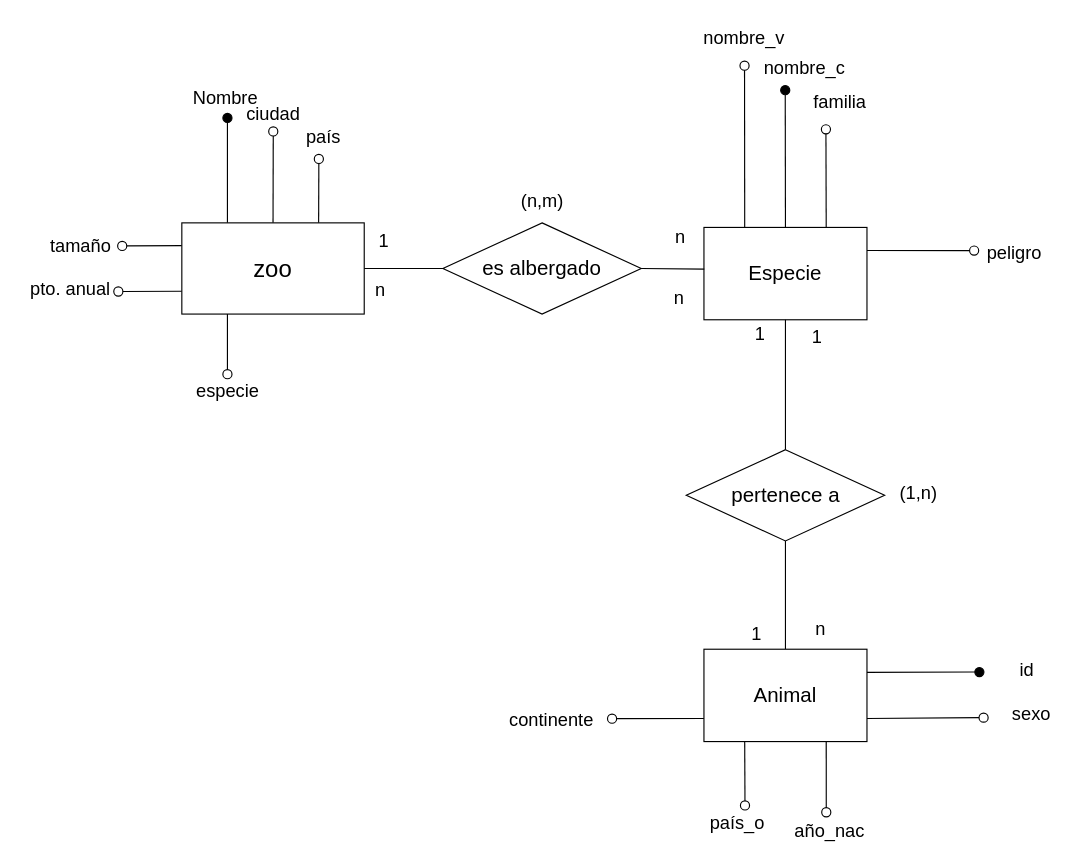
Before: ejercicio2-zoo.drawio in bibifupi/Abril23, a draw.io diagram. Source tidied: cells renumbered, new cells numbered last; positions are measured from the earlier drawing's top-left corner, leaving out a move shared by most shapes. Both pictures are drawn from the tidied source at 114%, with x=0, y=0 at pixel (19, 19).
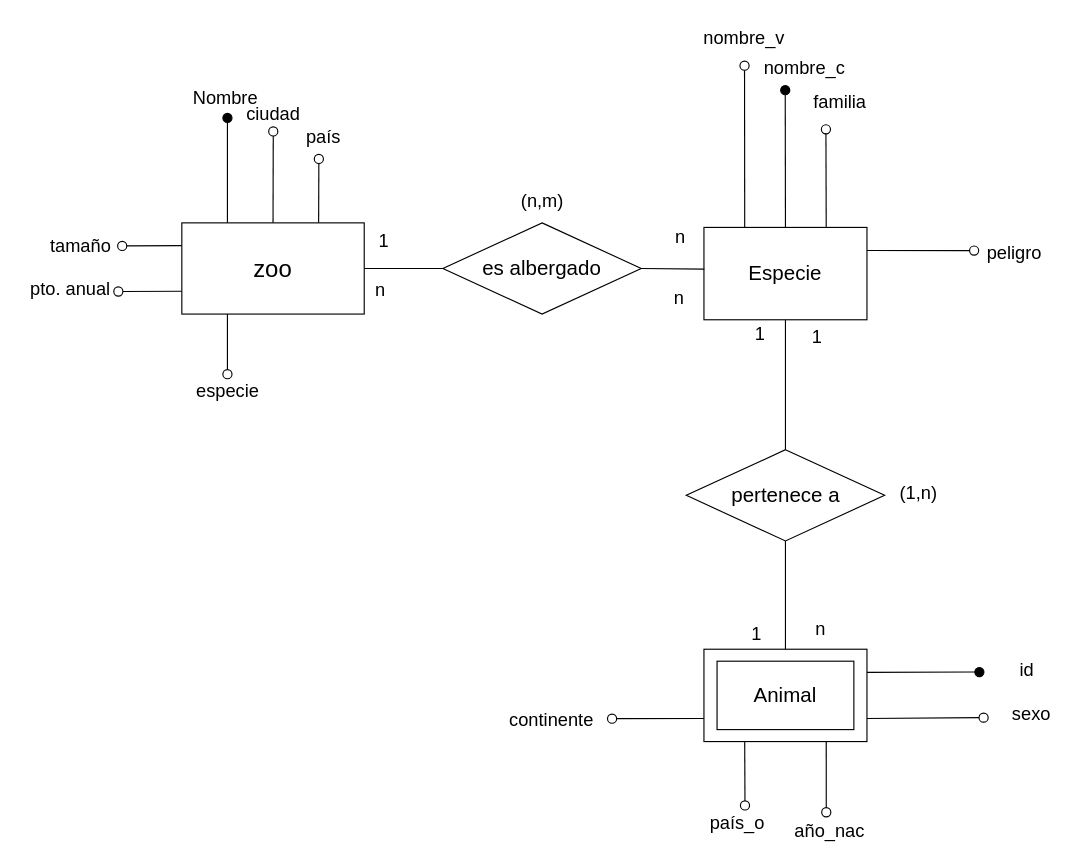
The same diagram, later.

Change to the diagram source:
```diff
@@
+    <mxCell id="51" style="rounded=0;whiteSpace=wrap;html=1;fillColor=none;" parent="1" vertex="1">
+      <mxGeometry x="611.5" y="562.5" width="120" height="60" as="geometry" />
+    </mxCell>
```
